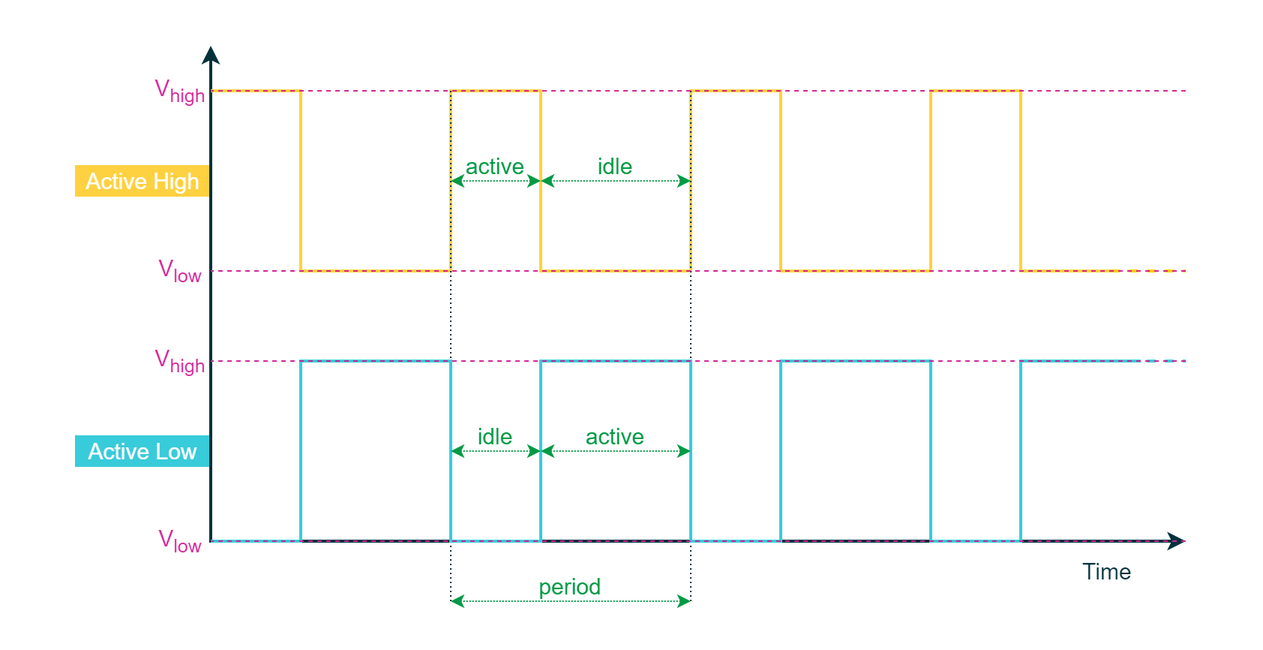
Before: draw.io/PE Articles/General knowledge/Fundamentals/PWM 101 from Duty Cycle to Motor Control/Active high and low PWM (PE).png, a diagram exported from draw.io (PLAY-Embedded/pe_assets). Source tidied: cells renumbered, new cells last; positions are measured from the earlier drawing's top-left corner, leaving out a move shared by most shapes.
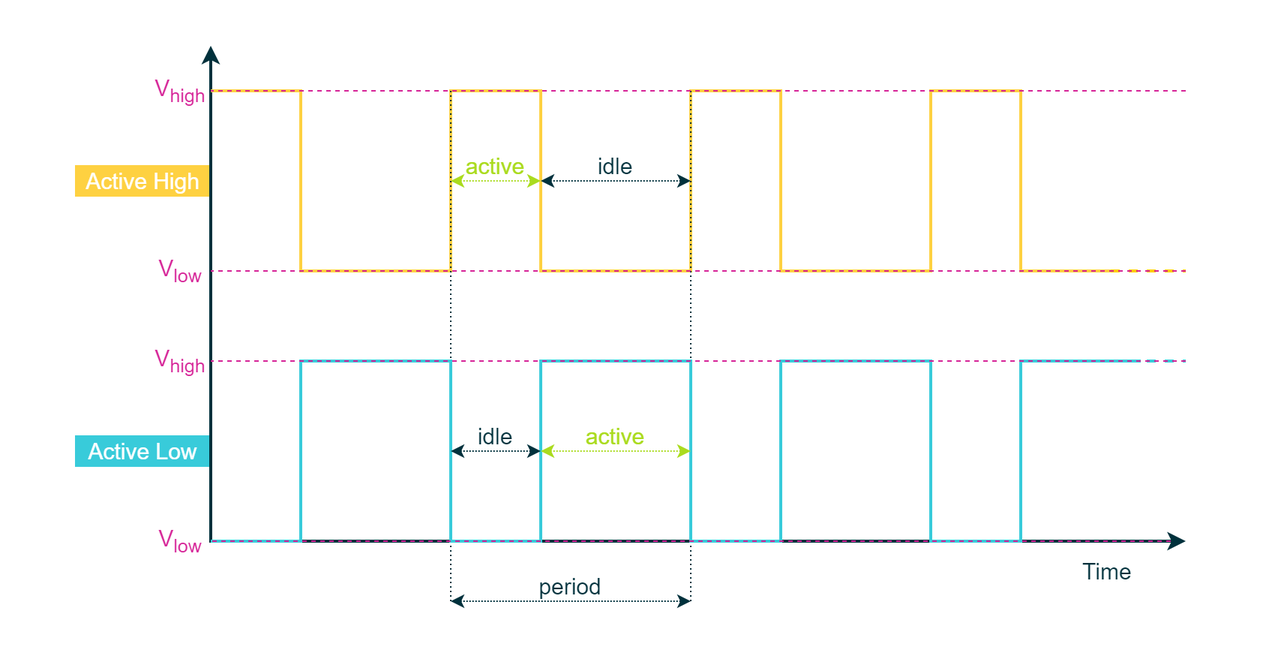
After the change.

The edit, as a diff of the source:
```diff
@@ -67,31 +67,31 @@
         <mxPoint x="460" y="60" as="sourcePoint" />
       </mxGeometry>
     </mxCell>
-    <mxCell id="12" style="endArrow=classic;startArrow=classic;html=1;labelBackgroundColor=none;strokeColor=#009A44;strokeWidth=1;fillColor=#009A44;fontFamily=Arial;fontSize=8;fontColor=#0067B9;dashed=1;dashPattern=1 1;" parent="1" edge="1">
+    <mxCell id="12" style="endArrow=classic;startArrow=classic;html=1;labelBackgroundColor=none;strokeColor=#00313C;strokeWidth=1;fillColor=#00313C;fontFamily=Arial;fontSize=8;fontColor=#0067B9;dashed=1;dashPattern=1 1;" parent="1" edge="1">
       <mxGeometry relative="1" as="geometry">
         <mxPoint x="300" y="400" as="sourcePoint" />
         <mxPoint x="460" y="400" as="targetPoint" />
       </mxGeometry>
     </mxCell>
-    <mxCell id="13" value="&lt;font color=&quot;#009a44&quot; style=&quot;font-size: 15px;&quot;&gt;period&lt;/font&gt;" style="rounded=0;whiteSpace=wrap;html=1;strokeColor=none;strokeWidth=1;fillColor=none;fontFamily=Arial;fontSize=8;fontColor=#4DB182;align=center;" parent="1" vertex="1">
+    <mxCell id="13" value="&lt;font color=&quot;#00313c&quot; style=&quot;font-size: 15px;&quot;&gt;period&lt;/font&gt;" style="rounded=0;whiteSpace=wrap;html=1;strokeColor=none;strokeWidth=1;fillColor=none;fontFamily=Arial;fontSize=8;fontColor=#4DB182;align=center;" parent="1" vertex="1">
       <mxGeometry x="300" y="380" width="160" height="20" as="geometry" />
     </mxCell>
-    <mxCell id="14" value="&lt;font color=&quot;#009a44&quot; style=&quot;font-size: 15px;&quot;&gt;active&lt;/font&gt;" style="rounded=0;whiteSpace=wrap;html=1;strokeColor=none;strokeWidth=1;fillColor=none;fontFamily=Arial;fontSize=8;fontColor=#4DB182;align=center;" parent="1" vertex="1">
+    <mxCell id="14" value="&lt;font color=&quot;#aadb1e&quot; style=&quot;font-size: 15px;&quot;&gt;active&lt;/font&gt;" style="rounded=0;whiteSpace=wrap;html=1;strokeColor=none;strokeWidth=1;fillColor=none;fontFamily=Arial;fontSize=8;fontColor=#4DB182;align=center;" parent="1" vertex="1">
       <mxGeometry x="300" y="100" width="60" height="20" as="geometry" />
     </mxCell>
-    <mxCell id="15" style="endArrow=classic;startArrow=classic;html=1;labelBackgroundColor=none;strokeColor=#009A44;strokeWidth=1;fillColor=#009A44;fontFamily=Arial;fontSize=8;fontColor=#0067B9;dashed=1;dashPattern=1 1;" parent="1" edge="1">
+    <mxCell id="15" style="endArrow=classic;startArrow=classic;html=1;labelBackgroundColor=none;strokeColor=#AADB1E;strokeWidth=1;fillColor=#AADB1E;fontFamily=Arial;fontSize=8;fontColor=#0067B9;dashed=1;dashPattern=1 1;" parent="1" edge="1">
       <mxGeometry relative="1" as="geometry">
         <mxPoint x="300" y="120" as="sourcePoint" />
         <mxPoint x="360" y="120" as="targetPoint" />
       </mxGeometry>
     </mxCell>
-    <mxCell id="16" style="endArrow=classic;startArrow=classic;html=1;labelBackgroundColor=none;strokeColor=#009A44;strokeWidth=1;fillColor=#009A44;fontFamily=Arial;fontSize=8;fontColor=#0067B9;dashed=1;dashPattern=1 1;" parent="1" edge="1">
+    <mxCell id="16" style="endArrow=classic;startArrow=classic;html=1;labelBackgroundColor=none;strokeColor=#00313C;strokeWidth=1;fillColor=#00313C;fontFamily=Arial;fontSize=8;fontColor=#0067B9;dashed=1;dashPattern=1 1;" parent="1" edge="1">
       <mxGeometry relative="1" as="geometry">
         <mxPoint x="360" y="120" as="sourcePoint" />
         <mxPoint x="460" y="120" as="targetPoint" />
       </mxGeometry>
     </mxCell>
-    <mxCell id="17" value="&lt;font color=&quot;#009a44&quot; style=&quot;font-size: 15px;&quot;&gt;idle&lt;/font&gt;" style="rounded=0;whiteSpace=wrap;html=1;strokeColor=none;strokeWidth=1;fillColor=none;fontFamily=Arial;fontSize=8;fontColor=#4DB182;align=center;" parent="1" vertex="1">
+    <mxCell id="17" value="&lt;font color=&quot;#00313c&quot; style=&quot;font-size: 15px;&quot;&gt;idle&lt;/font&gt;" style="rounded=0;whiteSpace=wrap;html=1;strokeColor=none;strokeWidth=1;fillColor=none;fontFamily=Arial;fontSize=8;fontColor=#4DB182;align=center;" parent="1" vertex="1">
       <mxGeometry x="360" y="100" width="100" height="20" as="geometry" />
     </mxCell>
     <mxCell id="18" style="endArrow=none;html=1;rounded=0;strokeColor=#38CBDA;strokeWidth=2;fontFamily=Arial;fontSize=20;fontColor=#931241;fillColor=#38CBDA;" parent="1" edge="1">
@@ -117,19 +117,19 @@
         </Array>
       </mxGeometry>
     </mxCell>
-    <mxCell id="19" value="&lt;font color=&quot;#009a44&quot; style=&quot;font-size: 15px;&quot;&gt;idle&lt;/font&gt;" style="rounded=0;whiteSpace=wrap;html=1;strokeColor=none;strokeWidth=1;fillColor=none;fontFamily=Arial;fontSize=8;fontColor=#4DB182;align=center;" parent="1" vertex="1">
+    <mxCell id="19" value="&lt;font color=&quot;#00313c&quot; style=&quot;font-size: 15px;&quot;&gt;idle&lt;/font&gt;" style="rounded=0;whiteSpace=wrap;html=1;strokeColor=none;strokeWidth=1;fillColor=none;fontFamily=Arial;fontSize=8;fontColor=#4DB182;align=center;" parent="1" vertex="1">
       <mxGeometry x="300" y="280" width="60" height="20" as="geometry" />
     </mxCell>
-    <mxCell id="20" style="endArrow=classic;startArrow=classic;html=1;labelBackgroundColor=none;strokeColor=#009A44;strokeWidth=1;fillColor=#009A44;fontFamily=Arial;fontSize=8;fontColor=#0067B9;dashed=1;dashPattern=1 1;" parent="1" edge="1">
+    <mxCell id="20" style="endArrow=classic;startArrow=classic;html=1;labelBackgroundColor=none;strokeColor=#00313C;strokeWidth=1;fillColor=#00313C;fontFamily=Arial;fontSize=8;fontColor=#0067B9;dashed=1;dashPattern=1 1;" parent="1" edge="1">
       <mxGeometry relative="1" as="geometry">
         <mxPoint x="300" y="300" as="sourcePoint" />
         <mxPoint x="360" y="300" as="targetPoint" />
       </mxGeometry>
     </mxCell>
-    <mxCell id="21" value="&lt;font color=&quot;#009a44&quot; style=&quot;font-size: 15px;&quot;&gt;active&lt;/font&gt;" style="rounded=0;whiteSpace=wrap;html=1;strokeColor=none;strokeWidth=1;fillColor=none;fontFamily=Arial;fontSize=8;fontColor=#4DB182;align=center;" parent="1" vertex="1">
+    <mxCell id="21" value="&lt;font color=&quot;#aadb1e&quot; style=&quot;font-size: 15px;&quot;&gt;active&lt;/font&gt;" style="rounded=0;whiteSpace=wrap;html=1;strokeColor=none;strokeWidth=1;fillColor=none;fontFamily=Arial;fontSize=8;fontColor=#4DB182;align=center;" parent="1" vertex="1">
       <mxGeometry x="360" y="280" width="100" height="20" as="geometry" />
     </mxCell>
-    <mxCell id="22" style="endArrow=classic;startArrow=classic;html=1;labelBackgroundColor=none;strokeColor=#009A44;strokeWidth=1;fillColor=#009A44;fontFamily=Arial;fontSize=8;fontColor=#0067B9;dashed=1;dashPattern=1 1;" parent="1" edge="1">
+    <mxCell id="22" style="endArrow=classic;startArrow=classic;html=1;labelBackgroundColor=none;strokeColor=#AADB1E;strokeWidth=1;fillColor=#AADB1E;fontFamily=Arial;fontSize=8;fontColor=#0067B9;dashed=1;dashPattern=1 1;" parent="1" edge="1">
       <mxGeometry relative="1" as="geometry">
         <mxPoint x="360" y="300" as="sourcePoint" />
         <mxPoint x="460" y="300" as="targetPoint" />
@@ -167,7 +167,7 @@
     </mxCell>
     <mxCell id="30" style="endArrow=none;html=1;strokeWidth=1;rounded=0;strokeColor=#D62598;fontFamily=Arial;fontSize=20;fontColor=#101820;fillColor=#D62598;dashed=1;" parent="1" edge="1">
       <mxGeometry relative="1" as="geometry">
-        <mxPoint x="790" y="360" as="sourcePoint" />
+        <mxPoint x="780" y="360" as="sourcePoint" />
         <mxPoint x="140" y="360" as="targetPoint" />
       </mxGeometry>
     </mxCell>
```
